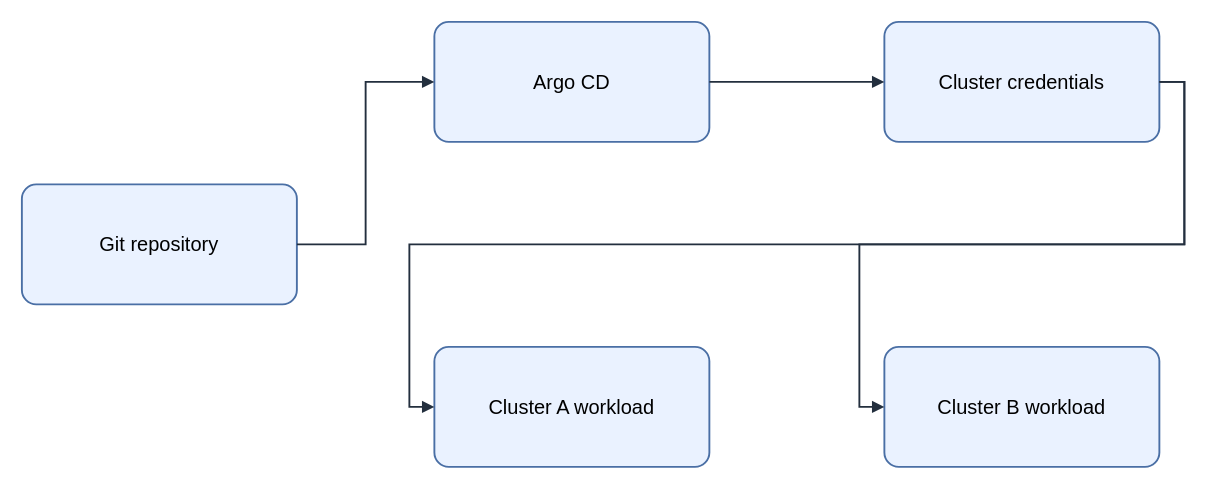
This is assets/img/ci-cd/argocd-multi-cluster-flow.drawio from KKamJi98/kkamji98.github.io, a draw.io file, before an edit. Source tidied: cells renumbered, new cells numbered last; positions are measured from the earlier drawing's top-left corner, leaving out a move shared by most shapes. Both pictures are drawn from the tidied source at 125%, with x=0, y=0 at pixel (21, 21).
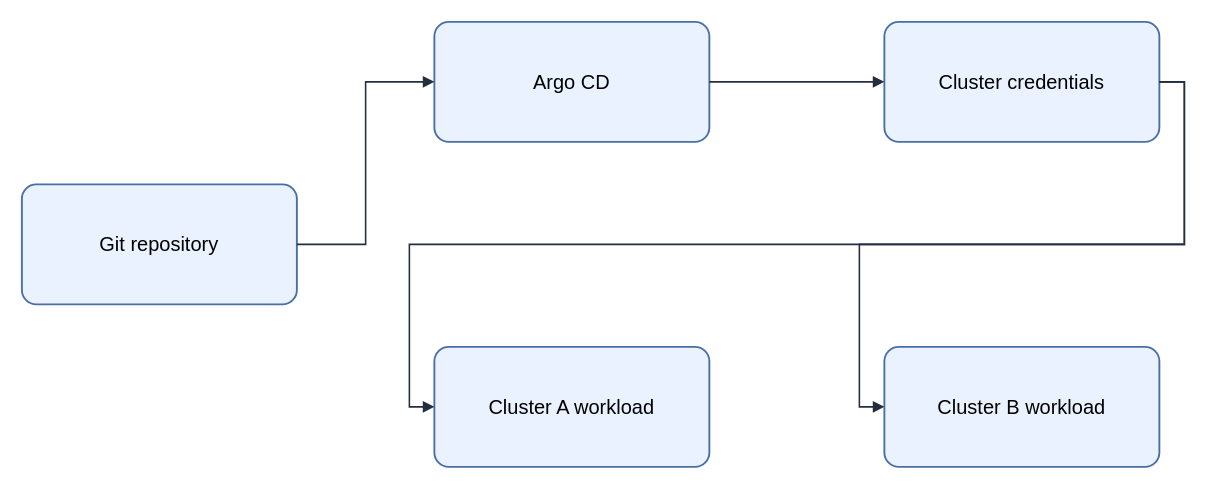
The same page after the edit.

Change to the diagram source:
```diff
@@
 <mxGraphModel background="#FFFFFF">
   <root>
     <mxCell id="0" />
     <mxCell id="1" parent="0" />
-    <mxCell id="2" value="&lt;font style=&quot;color: rgb(0, 0, 0);&quot;&gt;Git repository&lt;/font&gt;" style="rounded=1;arcSize=12;whiteSpace=wrap;html=1;fillColor=#EAF2FF;strokeColor=#4A6FA5;strokeWidth=1.5;fontColor=#000000;fontSize=16;align=center;verticalAlign=middle;spacing=8;shadow=0;" parent="1" vertex="1">
+    <mxCell id="2" value="Git repository" style="rounded=1;arcSize=12;whiteSpace=wrap;html=0;fillColor=#EAF2FF;strokeColor=#4A6FA5;strokeWidth=1.5;fontColor=#000000;fontSize=16;align=center;verticalAlign=middle;spacing=8;shadow=0;" parent="1" vertex="1">
       <mxGeometry y="130" width="220" height="96" as="geometry" />
     </mxCell>
-    <mxCell id="3" value="&lt;font style=&quot;color: rgb(0, 0, 0);&quot;&gt;Argo CD&lt;/font&gt;" style="rounded=1;arcSize=12;whiteSpace=wrap;html=1;fillColor=#EAF2FF;strokeColor=#4A6FA5;strokeWidth=1.5;fontColor=#000000;fontSize=16;align=center;verticalAlign=middle;spacing=8;shadow=0;" parent="1" vertex="1">
+    <mxCell id="3" value="Argo CD" style="rounded=1;arcSize=12;whiteSpace=wrap;html=0;fillColor=#EAF2FF;strokeColor=#4A6FA5;strokeWidth=1.5;fontColor=#000000;fontSize=16;align=center;verticalAlign=middle;spacing=8;shadow=0;" parent="1" vertex="1">
       <mxGeometry x="330" width="220" height="96" as="geometry" />
     </mxCell>
-    <mxCell id="4" value="&lt;font style=&quot;color: rgb(0, 0, 0);&quot;&gt;Cluster credentials&lt;/font&gt;" style="rounded=1;arcSize=12;whiteSpace=wrap;html=1;fillColor=#EAF2FF;strokeColor=#4A6FA5;strokeWidth=1.5;fontColor=#000000;fontSize=16;align=center;verticalAlign=middle;spacing=8;shadow=0;" parent="1" vertex="1">
+    <mxCell id="4" value="Cluster credentials" style="rounded=1;arcSize=12;whiteSpace=wrap;html=0;fillColor=#EAF2FF;strokeColor=#4A6FA5;strokeWidth=1.5;fontColor=#000000;fontSize=16;align=center;verticalAlign=middle;spacing=8;shadow=0;" parent="1" vertex="1">
       <mxGeometry x="690" width="220" height="96" as="geometry" />
     </mxCell>
-    <mxCell id="5" value="&lt;font style=&quot;color: rgb(0, 0, 0);&quot;&gt;Cluster A workload&lt;/font&gt;" style="rounded=1;arcSize=12;whiteSpace=wrap;html=1;fillColor=#EAF2FF;strokeColor=#4A6FA5;strokeWidth=1.5;fontColor=#000000;fontSize=16;align=center;verticalAlign=middle;spacing=8;shadow=0;" parent="1" vertex="1">
+    <mxCell id="5" value="Cluster A workload" style="rounded=1;arcSize=12;whiteSpace=wrap;html=0;fillColor=#EAF2FF;strokeColor=#4A6FA5;strokeWidth=1.5;fontColor=#000000;fontSize=16;align=center;verticalAlign=middle;spacing=8;shadow=0;" parent="1" vertex="1">
       <mxGeometry x="330" y="260" width="220" height="96" as="geometry" />
     </mxCell>
-    <mxCell id="6" value="&lt;font style=&quot;color: rgb(0, 0, 0);&quot;&gt;Cluster B workload&lt;/font&gt;" style="rounded=1;arcSize=12;whiteSpace=wrap;html=1;fillColor=#EAF2FF;strokeColor=#4A6FA5;strokeWidth=1.5;fontColor=#000000;fontSize=16;align=center;verticalAlign=middle;spacing=8;shadow=0;" parent="1" vertex="1">
+    <mxCell id="6" value="Cluster B workload" style="rounded=1;arcSize=12;whiteSpace=wrap;html=0;fillColor=#EAF2FF;strokeColor=#4A6FA5;strokeWidth=1.5;fontColor=#000000;fontSize=16;align=center;verticalAlign=middle;spacing=8;shadow=0;" parent="1" vertex="1">
       <mxGeometry x="690" y="260" width="220" height="96" as="geometry" />
     </mxCell>
-    <mxCell id="7" style="edgeStyle=orthogonalEdgeStyle;rounded=0;jettySize=auto;html=1;endArrow=block;endFill=1;strokeColor=#232F3E;strokeWidth=1.5;fontColor=#000000;labelBackgroundColor=none;exitX=1;exitY=0.5;exitDx=0;exitDy=0;entryX=0;entryY=0.5;entryDx=0;entryDy=0;" parent="1" edge="1" source="2" target="3">
+    <mxCell id="7" style="edgeStyle=orthogonalEdgeStyle;rounded=0;jettySize=auto;html=0;endArrow=block;endFill=1;strokeColor=#232F3E;strokeWidth=1.25;fontColor=#000000;labelBackgroundColor=none;exitX=1;exitY=0.5;exitDx=0;exitDy=0;entryX=0;entryY=0.5;entryDx=0;entryDy=0;" parent="1" edge="1" source="2" target="3">
       <mxGeometry relative="1" as="geometry" />
     </mxCell>
-    <mxCell id="8" style="edgeStyle=orthogonalEdgeStyle;rounded=0;jettySize=auto;html=1;endArrow=block;endFill=1;strokeColor=#232F3E;strokeWidth=1.5;fontColor=#000000;labelBackgroundColor=none;exitX=1;exitY=0.5;exitDx=0;exitDy=0;entryX=0;entryY=0.5;entryDx=0;entryDy=0;" parent="1" edge="1" source="3" target="4">
+    <mxCell id="8" style="edgeStyle=orthogonalEdgeStyle;rounded=0;jettySize=auto;html=0;endArrow=block;endFill=1;strokeColor=#232F3E;strokeWidth=1.25;fontColor=#000000;labelBackgroundColor=none;exitX=1;exitY=0.5;exitDx=0;exitDy=0;entryX=0;entryY=0.5;entryDx=0;entryDy=0;" parent="1" edge="1" source="3" target="4">
       <mxGeometry relative="1" as="geometry" />
     </mxCell>
-    <mxCell id="9" style="edgeStyle=orthogonalEdgeStyle;rounded=0;jettySize=auto;html=1;endArrow=block;endFill=1;strokeColor=#232F3E;strokeWidth=1.5;fontColor=#000000;labelBackgroundColor=none;exitX=1;exitY=0.5;exitDx=0;exitDy=0;entryX=0;entryY=0.5;entryDx=0;entryDy=0;" parent="1" edge="1" source="4" target="5">
+    <mxCell id="9" style="edgeStyle=orthogonalEdgeStyle;rounded=0;jettySize=auto;html=0;endArrow=block;endFill=1;strokeColor=#232F3E;strokeWidth=1.25;fontColor=#000000;labelBackgroundColor=none;exitX=1;exitY=0.5;exitDx=0;exitDy=0;entryX=0;entryY=0.5;entryDx=0;entryDy=0;" parent="1" edge="1" source="4" target="5">
       <mxGeometry relative="1" as="geometry" />
     </mxCell>
-    <mxCell id="10" style="edgeStyle=orthogonalEdgeStyle;rounded=0;jettySize=auto;html=1;endArrow=block;endFill=1;strokeColor=#232F3E;strokeWidth=1.5;fontColor=#000000;labelBackgroundColor=none;exitX=1;exitY=0.5;exitDx=0;exitDy=0;entryX=0;entryY=0.5;entryDx=0;entryDy=0;" parent="1" edge="1" source="4" target="6">
+    <mxCell id="10" style="edgeStyle=orthogonalEdgeStyle;rounded=0;jettySize=auto;html=0;endArrow=block;endFill=1;strokeColor=#232F3E;strokeWidth=1.25;fontColor=#000000;labelBackgroundColor=none;exitX=1;exitY=0.5;exitDx=0;exitDy=0;entryX=0;entryY=0.5;entryDx=0;entryDy=0;" parent="1" edge="1" source="4" target="6">
       <mxGeometry relative="1" as="geometry" />
     </mxCell>
   </root>
 </mxGraphModel>
```
